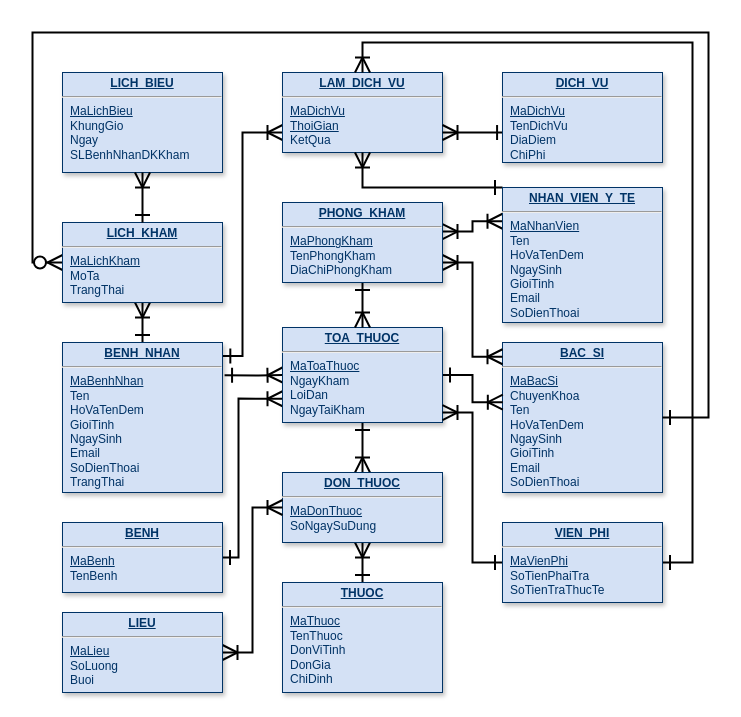
Earlier version of the draw.io diagram Untitled Diagram.drawio (nguyentrung194/trungDev). Source tidied: cells renumbered, new cells numbered last; positions are measured from the earlier drawing's top-left corner, leaving out a move shared by most shapes. Both pictures are drawn from the tidied source at 100%, with x=0, y=0 at pixel (32, 32).
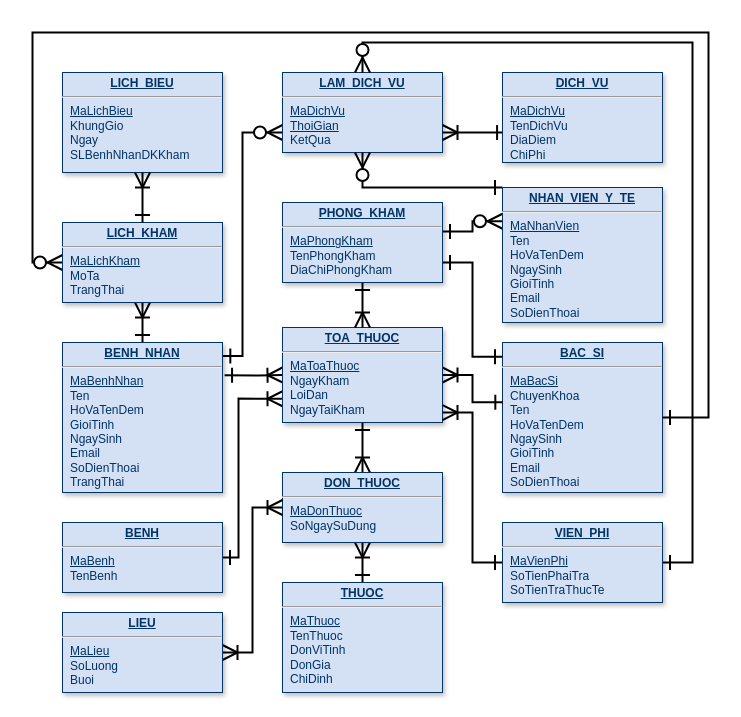
After the change.

Unchanged cells that the change refers to:
```xml
<mxCell id="2" value="&lt;p style=&quot;margin: 0px ; margin-top: 4px ; text-align: center ; text-decoration: underline&quot;&gt;&lt;b&gt;BAC_SI&lt;/b&gt;&lt;/p&gt;&lt;hr&gt;&lt;p style=&quot;margin: 0px ; margin-left: 8px&quot;&gt;&lt;u&gt;MaBacSi&lt;/u&gt;&lt;/p&gt;&lt;p style=&quot;margin: 0px ; margin-left: 8px&quot;&gt;ChuyenKhoa&lt;/p&gt;&lt;p style=&quot;margin: 0px ; margin-left: 8px&quot;&gt;Ten&lt;/p&gt;&lt;p style=&quot;margin: 0px ; margin-left: 8px&quot;&gt;HoVaTenDem&lt;/p&gt;&lt;p style=&quot;margin: 0px ; margin-left: 8px&quot;&gt;NgaySinh&lt;/p&gt;&lt;p style=&quot;margin: 0px ; margin-left: 8px&quot;&gt;GioiTinh&lt;/p&gt;&lt;p style=&quot;margin: 0px ; margin-left: 8px&quot;&gt;Email&lt;/p&gt;&lt;p style=&quot;margin: 0px ; margin-left: 8px&quot;&gt;SoDienThoai&lt;/p&gt;" style="verticalAlign=top;align=left;overflow=fill;fontSize=12;fontFamily=Helvetica;html=1;strokeColor=#003366;shadow=1;fillColor=#D4E1F5;fontColor=#003366;" parent="1" vertex="1">
  <mxGeometry x="470" y="310" width="160" height="150" as="geometry" />
</mxCell>
<mxCell id="6" value="&lt;p style=&quot;margin: 0px ; margin-top: 4px ; text-align: center ; text-decoration: underline&quot;&gt;&lt;b&gt;BENH_NHAN&lt;/b&gt;&lt;/p&gt;&lt;hr&gt;&lt;p style=&quot;margin: 0px ; margin-left: 8px&quot;&gt;&lt;u&gt;MaBenhNhan&lt;/u&gt;&lt;/p&gt;&lt;p style=&quot;margin: 0px ; margin-left: 8px&quot;&gt;Ten&lt;/p&gt;&lt;p style=&quot;margin: 0px ; margin-left: 8px&quot;&gt;HoVaTenDem&lt;/p&gt;&lt;p style=&quot;margin: 0px ; margin-left: 8px&quot;&gt;GioiTinh&lt;/p&gt;&lt;p style=&quot;margin: 0px ; margin-left: 8px&quot;&gt;NgaySinh&lt;/p&gt;&lt;p style=&quot;margin: 0px ; margin-left: 8px&quot;&gt;Email&lt;/p&gt;&lt;p style=&quot;margin: 0px ; margin-left: 8px&quot;&gt;SoDienThoai&lt;/p&gt;&lt;p style=&quot;margin: 0px ; margin-left: 8px&quot;&gt;TrangThai&lt;/p&gt;" style="verticalAlign=top;align=left;overflow=fill;fontSize=12;fontFamily=Helvetica;html=1;strokeColor=#003366;shadow=1;fillColor=#D4E1F5;fontColor=#003366;" parent="1" vertex="1">
  <mxGeometry x="30" y="310" width="160" height="150" as="geometry" />
</mxCell>
<mxCell id="10" value="&lt;p style=&quot;margin: 0px ; margin-top: 4px ; text-align: center ; text-decoration: underline&quot;&gt;&lt;b&gt;TOA_THUOC&lt;/b&gt;&lt;/p&gt;&lt;hr&gt;&lt;p style=&quot;margin: 0px ; margin-left: 8px&quot;&gt;&lt;u&gt;MaToaThuoc&lt;/u&gt;&lt;/p&gt;&lt;p style=&quot;margin: 0px ; margin-left: 8px&quot;&gt;NgayKham&lt;/p&gt;&lt;p style=&quot;margin: 0px ; margin-left: 8px&quot;&gt;LoiDan&lt;/p&gt;&lt;p style=&quot;margin: 0px ; margin-left: 8px&quot;&gt;NgayTaiKham&lt;/p&gt;" style="verticalAlign=top;align=left;overflow=fill;fontSize=12;fontFamily=Helvetica;html=1;strokeColor=#003366;shadow=1;fillColor=#D4E1F5;fontColor=#003366;" parent="1" vertex="1">
  <mxGeometry x="250" y="295" width="160" height="95" as="geometry" />
</mxCell>
<mxCell id="14" value="&lt;p style=&quot;margin: 0px ; margin-top: 4px ; text-align: center ; text-decoration: underline&quot;&gt;&lt;b&gt;PHONG_KHAM&lt;/b&gt;&lt;/p&gt;&lt;hr&gt;&lt;p style=&quot;margin: 0px ; margin-left: 8px&quot;&gt;&lt;u&gt;MaPhongKham&lt;/u&gt;&lt;/p&gt;&lt;p style=&quot;margin: 0px ; margin-left: 8px&quot;&gt;TenPhongKham&lt;/p&gt;&lt;p style=&quot;margin: 0px ; margin-left: 8px&quot;&gt;DiaChiPhongKham&lt;/p&gt;" style="verticalAlign=top;align=left;overflow=fill;fontSize=12;fontFamily=Helvetica;html=1;strokeColor=#003366;shadow=1;fillColor=#D4E1F5;fontColor=#003366;" parent="1" vertex="1">
  <mxGeometry x="250" y="170" width="160" height="80" as="geometry" />
</mxCell>
<mxCell id="17" value="&lt;p style=&quot;margin: 0px ; margin-top: 4px ; text-align: center ; text-decoration: underline&quot;&gt;&lt;b&gt;LAM_DICH_VU&lt;/b&gt;&lt;/p&gt;&lt;hr&gt;&lt;p style=&quot;margin: 0px ; margin-left: 8px&quot;&gt;&lt;u&gt;MaDichVu&lt;/u&gt;&lt;/p&gt;&lt;p style=&quot;margin: 0px ; margin-left: 8px&quot;&gt;&lt;u&gt;ThoiGian&lt;/u&gt;&lt;/p&gt;&lt;p style=&quot;margin: 0px ; margin-left: 8px&quot;&gt;KetQua&lt;/p&gt;&lt;p style=&quot;margin: 0px ; margin-left: 8px&quot;&gt;&lt;br&gt;&lt;/p&gt;" style="verticalAlign=top;align=left;overflow=fill;fontSize=12;fontFamily=Helvetica;html=1;strokeColor=#003366;shadow=1;fillColor=#D4E1F5;fontColor=#003366;" parent="1" vertex="1">
  <mxGeometry x="250" y="40" width="160" height="80" as="geometry" />
</mxCell>
<mxCell id="21" value="&lt;p style=&quot;margin: 0px ; margin-top: 4px ; text-align: center ; text-decoration: underline&quot;&gt;&lt;b&gt;NHAN_VIEN_Y_TE&lt;/b&gt;&lt;/p&gt;&lt;hr&gt;&lt;p style=&quot;margin: 0px ; margin-left: 8px&quot;&gt;&lt;u&gt;MaNhanVien&lt;/u&gt;&lt;/p&gt;&lt;p style=&quot;margin: 0px ; margin-left: 8px&quot;&gt;Ten&lt;/p&gt;&lt;p style=&quot;margin: 0px ; margin-left: 8px&quot;&gt;HoVaTenDem&lt;/p&gt;&lt;p style=&quot;margin: 0px 0px 0px 8px&quot;&gt;NgaySinh&lt;/p&gt;&lt;p style=&quot;margin: 0px 0px 0px 8px&quot;&gt;GioiTinh&lt;/p&gt;&lt;p style=&quot;margin: 0px 0px 0px 8px&quot;&gt;Email&lt;/p&gt;&lt;p style=&quot;margin: 0px 0px 0px 8px&quot;&gt;SoDienThoai&lt;/p&gt;" style="verticalAlign=top;align=left;overflow=fill;fontSize=12;fontFamily=Helvetica;html=1;strokeColor=#003366;shadow=1;fillColor=#D4E1F5;fontColor=#003366;" parent="1" vertex="1">
  <mxGeometry x="470" y="155" width="160" height="135" as="geometry" />
</mxCell>
<mxCell id="30" value="&lt;p style=&quot;margin: 0px ; margin-top: 4px ; text-align: center ; text-decoration: underline&quot;&gt;&lt;b&gt;VIEN_PHI&lt;/b&gt;&lt;/p&gt;&lt;hr&gt;&lt;p style=&quot;margin: 0px ; margin-left: 8px&quot;&gt;&lt;u&gt;MaVienPhi&lt;/u&gt;&lt;/p&gt;&lt;p style=&quot;margin: 0px ; margin-left: 8px&quot;&gt;SoTienPhaiTra&lt;/p&gt;&lt;p style=&quot;margin: 0px ; margin-left: 8px&quot;&gt;SoTienTraThucTe&lt;/p&gt;" style="verticalAlign=top;align=left;overflow=fill;fontSize=12;fontFamily=Helvetica;html=1;strokeColor=#003366;shadow=1;fillColor=#D4E1F5;fontColor=#003366;" parent="1" vertex="1">
  <mxGeometry x="470" y="490" width="160" height="80" as="geometry" />
</mxCell>
```

Diff of the diagram source:
```diff
@@
-    <mxCell id="4" style="edgeStyle=orthogonalEdgeStyle;rounded=0;jettySize=auto;html=1;exitX=1.002;exitY=0.09;exitDx=0;exitDy=0;startArrow=ERone;startFill=0;startSize=12;endArrow=ERoneToMany;endFill=0;endSize=12;strokeWidth=2;entryX=0;entryY=0.75;entryDx=0;entryDy=0;exitPerimeter=0;" parent="1" edge="1" source="6" target="17">
+    <mxCell id="4" style="edgeStyle=orthogonalEdgeStyle;rounded=0;jettySize=auto;html=1;exitX=1.002;exitY=0.09;exitDx=0;exitDy=0;startArrow=ERone;startFill=0;startSize=12;endArrow=ERzeroToMany;endFill=1;endSize=12;strokeWidth=2;entryX=0;entryY=0.75;entryDx=0;entryDy=0;exitPerimeter=0;" parent="1" edge="1" source="6" target="17">
       <mxGeometry relative="1" as="geometry">
         <Array as="points">
           <mxPoint x="210" y="323" />
           <mxPoint x="210" y="100" />
         </Array>
       </mxGeometry>
     </mxCell>
@@
-    <mxCell id="7" style="edgeStyle=orthogonalEdgeStyle;rounded=0;jettySize=auto;html=1;exitX=1;exitY=0.5;exitDx=0;exitDy=0;startArrow=ERone;startFill=0;startSize=12;endArrow=ERoneToMany;endFill=0;endSize=12;strokeWidth=2;entryX=0.002;entryY=0.398;entryDx=0;entryDy=0;entryPerimeter=0;" parent="1" edge="1" source="10" target="2">
+    <mxCell id="7" style="edgeStyle=orthogonalEdgeStyle;rounded=0;jettySize=auto;html=1;exitX=1;exitY=0.5;exitDx=0;exitDy=0;startArrow=ERoneToMany;startFill=0;startSize=12;endArrow=ERone;endFill=0;endSize=12;strokeWidth=2;entryX=0.002;entryY=0.398;entryDx=0;entryDy=0;entryPerimeter=0;" parent="1" edge="1" source="10" target="2">
       <mxGeometry relative="1" as="geometry">
         <Array as="points">
           <mxPoint x="440" y="342" />
           <mxPoint x="440" y="370" />
         </Array>
       </mxGeometry>
     </mxCell>
@@
-    <mxCell id="12" style="edgeStyle=orthogonalEdgeStyle;rounded=0;jettySize=auto;html=1;exitX=1;exitY=0.75;exitDx=0;exitDy=0;entryX=0;entryY=0.095;entryDx=0;entryDy=0;entryPerimeter=0;startArrow=ERoneToMany;startFill=0;startSize=12;endArrow=ERoneToMany;endFill=0;endSize=12;strokeWidth=2;" parent="1" edge="1" source="14" target="2">
+    <mxCell id="12" style="edgeStyle=orthogonalEdgeStyle;rounded=0;jettySize=auto;html=1;exitX=1;exitY=0.75;exitDx=0;exitDy=0;entryX=0;entryY=0.095;entryDx=0;entryDy=0;entryPerimeter=0;startArrow=ERone;startFill=0;startSize=12;endArrow=ERone;endFill=0;endSize=12;strokeWidth=2;" parent="1" edge="1" source="14" target="2">
       <mxGeometry relative="1" as="geometry" />
     </mxCell>
-    <mxCell id="13" style="edgeStyle=orthogonalEdgeStyle;rounded=0;jettySize=auto;html=1;exitX=1;exitY=0.363;exitDx=0;exitDy=0;startArrow=ERoneToMany;startFill=0;startSize=12;endArrow=ERoneToMany;endFill=0;endSize=12;strokeWidth=2;exitPerimeter=0;entryX=0;entryY=0.25;entryDx=0;entryDy=0;" parent="1" edge="1" source="14" target="21">
+    <mxCell id="13" style="edgeStyle=orthogonalEdgeStyle;rounded=0;jettySize=auto;html=1;exitX=1;exitY=0.363;exitDx=0;exitDy=0;startArrow=ERone;startFill=0;startSize=12;endArrow=ERzeroToMany;endFill=1;endSize=12;strokeWidth=2;exitPerimeter=0;entryX=0;entryY=0.25;entryDx=0;entryDy=0;" parent="1" edge="1" source="14" target="21">
       <mxGeometry relative="1" as="geometry" />
     </mxCell>
@@
-    <mxCell id="20" style="edgeStyle=orthogonalEdgeStyle;rounded=0;jettySize=auto;html=1;exitX=0;exitY=0;exitDx=0;exitDy=0;entryX=0.5;entryY=1;entryDx=0;entryDy=0;strokeWidth=2;endArrow=ERoneToMany;endFill=0;endSize=12;startSize=12;startArrow=ERone;startFill=0;" parent="1" edge="1" source="21" target="17">
+    <mxCell id="20" style="edgeStyle=orthogonalEdgeStyle;rounded=0;jettySize=auto;html=1;exitX=0;exitY=0;exitDx=0;exitDy=0;entryX=0.5;entryY=1;entryDx=0;entryDy=0;strokeWidth=2;endArrow=ERzeroToMany;endFill=1;endSize=12;startSize=12;startArrow=ERone;startFill=0;" parent="1" edge="1" source="21" target="17">
       <mxGeometry relative="1" as="geometry">
         <Array as="points">
           <mxPoint x="330" y="155" />
         </Array>
       </mxGeometry>
     </mxCell>
@@
-    <mxCell id="29" style="edgeStyle=orthogonalEdgeStyle;rounded=0;jettySize=auto;html=1;exitX=1;exitY=0.5;exitDx=0;exitDy=0;entryX=0.5;entryY=0;entryDx=0;entryDy=0;startArrow=ERone;startFill=0;startSize=12;endArrow=ERoneToMany;endFill=0;endSize=12;strokeWidth=2;" parent="1" edge="1" source="30" target="17">
+    <mxCell id="29" style="edgeStyle=orthogonalEdgeStyle;rounded=0;jettySize=auto;html=1;exitX=1;exitY=0.5;exitDx=0;exitDy=0;entryX=0.5;entryY=0;entryDx=0;entryDy=0;startArrow=ERone;startFill=0;startSize=12;endArrow=ERzeroToMany;endFill=1;endSize=12;strokeWidth=2;" parent="1" edge="1" source="30" target="17">
       <mxGeometry relative="1" as="geometry" />
     </mxCell>
```
